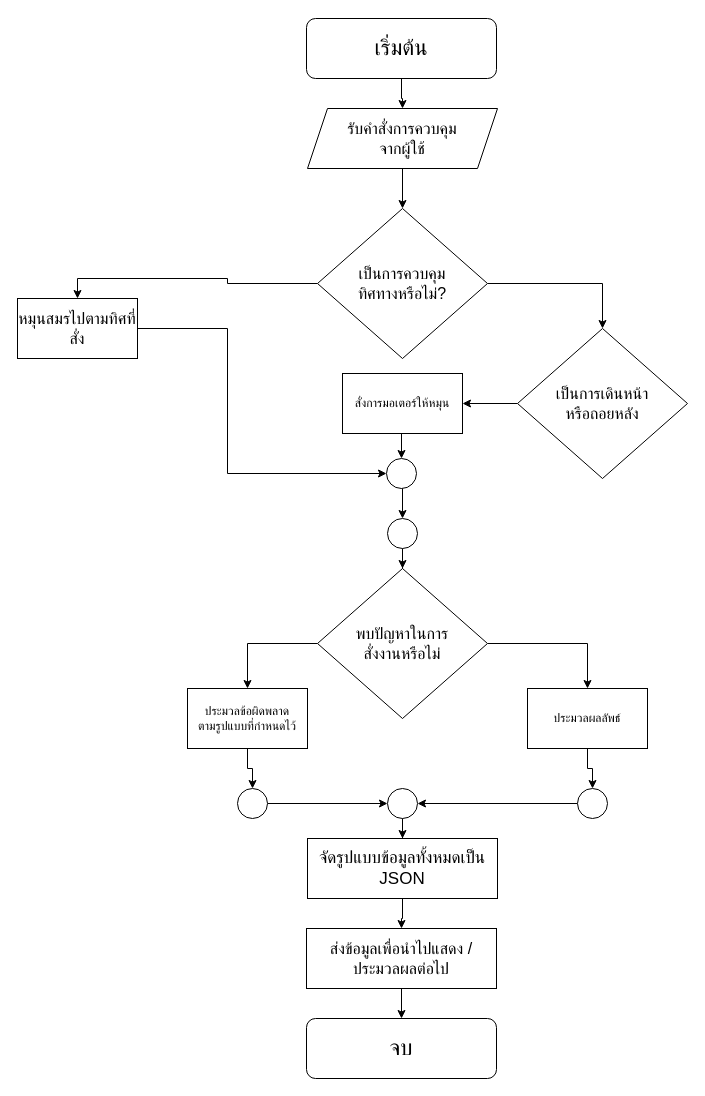
Above: page "control-api" (2 of 2) of function.drawio in toonshouin/psc-flowchart-workshop (draw.io), before the change. Source tidied: cells renumbered, new cells numbered last; positions are measured from the earlier drawing's top-left corner, leaving out a move shared by most shapes. Both pictures are drawn from the tidied source at 100%, with x=0, y=0 at pixel (17, 18).
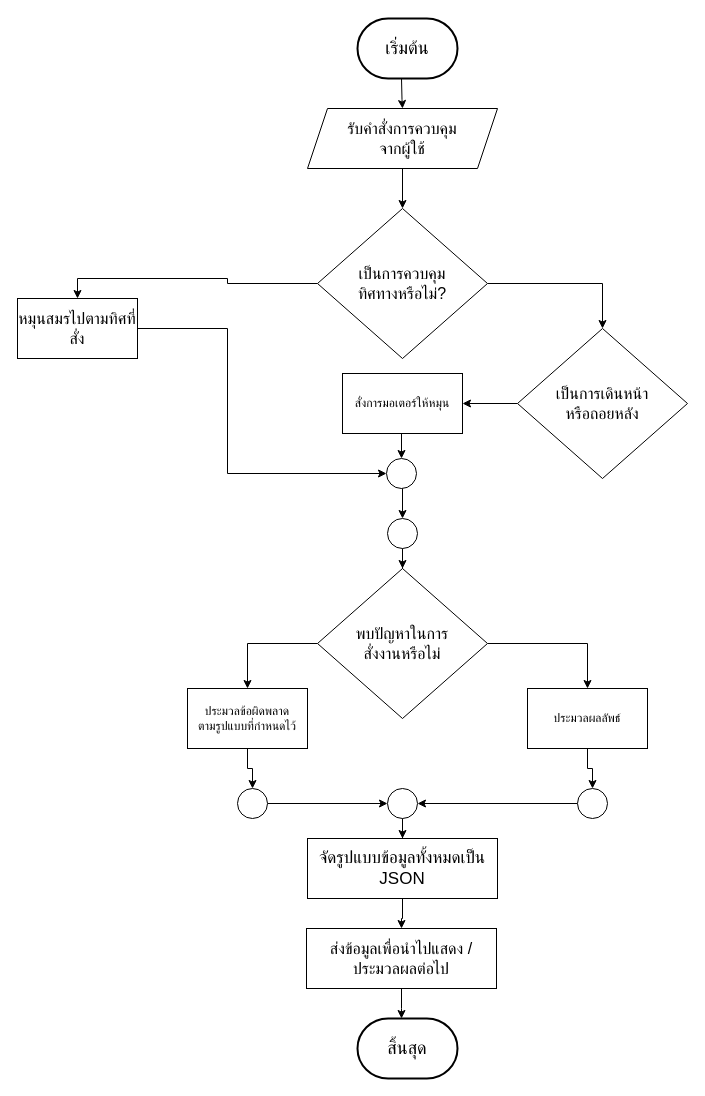
Above is the later version.

The change refers to these unchanged cells:
```xml
<mxCell id="5" value="&lt;div&gt;รับคำสั่งการควบคุม&lt;/div&gt;&lt;div&gt;จากผู้ใช้&lt;/div&gt;" style="shape=parallelogram;perimeter=parallelogramPerimeter;whiteSpace=wrap;html=1;fixedSize=1;fontSize=16;" parent="1" vertex="1">
  <mxGeometry x="290" y="90" width="190" height="60" as="geometry" />
</mxCell>
<mxCell id="29" value="ส่งข้อมูลเพื่อนำไปแสดง / ประมวลผลต่อไป" style="whiteSpace=wrap;html=1;fontSize=16;rounded=0;" parent="1" vertex="1">
  <mxGeometry x="289" y="910" width="190" height="60" as="geometry" />
</mxCell>
```

What changed in the source:
```diff
@@
-    <mxCell id="2" style="edgeStyle=orthogonalEdgeStyle;rounded=0;jettySize=auto;html=1;" parent="1" edge="1" source="3" target="5">
-      <mxGeometry relative="1" as="geometry" />
+    <mxCell id="2" style="edgeStyle=orthogonalEdgeStyle;rounded=0;jettySize=auto;html=1;" parent="1" edge="1" target="5">
+      <mxGeometry relative="1" as="geometry">
+        <mxPoint x="384" y="60" as="sourcePoint" />
+      </mxGeometry>
     </mxCell>
-    <mxCell id="3" value="เริ่มต้น" style="rounded=1;whiteSpace=wrap;html=1;fontSize=22;" parent="1" vertex="1">
-      <mxGeometry x="289" width="190" height="60" as="geometry" />
-    </mxCell>
@@
-    <mxCell id="6" value="จบ" style="rounded=1;whiteSpace=wrap;html=1;fontSize=22;" parent="1" vertex="1">
-      <mxGeometry x="289" y="1000" width="190" height="60" as="geometry" />
-    </mxCell>
@@
-    <mxCell id="28" style="edgeStyle=orthogonalEdgeStyle;rounded=0;jettySize=auto;html=1;" parent="1" edge="1" source="29" target="6">
-      <mxGeometry relative="1" as="geometry" />
+    <mxCell id="28" style="edgeStyle=orthogonalEdgeStyle;rounded=0;jettySize=auto;html=1;" parent="1" edge="1" source="29">
+      <mxGeometry relative="1" as="geometry">
+        <mxPoint x="384" y="1000" as="targetPoint" />
+      </mxGeometry>
     </mxCell>
@@
+    <mxCell id="3" value="เริ่มต้น" style="strokeWidth=2;html=1;shape=mxgraph.flowchart.terminator;whiteSpace=wrap;fontSize=18;" parent="1" vertex="1">
+      <mxGeometry x="340" width="100" height="60" as="geometry" />
+    </mxCell>
+    <mxCell id="37" value="สิ้นสุด" style="strokeWidth=2;html=1;shape=mxgraph.flowchart.terminator;whiteSpace=wrap;fontSize=18;" parent="1" vertex="1">
+      <mxGeometry x="340" y="1000" width="100" height="60" as="geometry" />
+    </mxCell>
```
